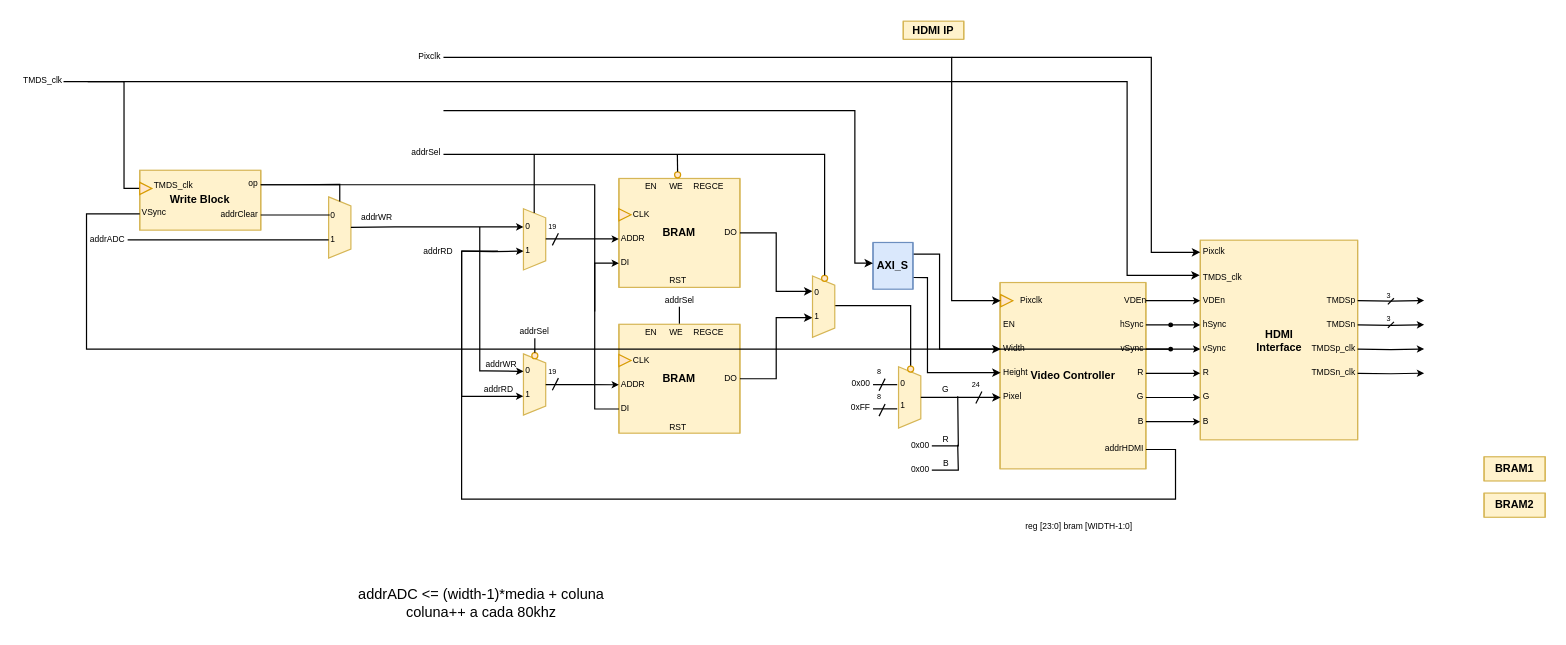
This is page "HDMI_IP_v2" (9 of 9) of design/BlockDiagram.drawio from ESRGgroup9/oscilloscope_fpga, a draw.io file, before an edit. Source tidied: cells renumbered, new cells numbered last; positions are measured from the earlier drawing's top-left corner, leaving out a move shared by most shapes. Both pictures are drawn from the tidied source at 121%, with x=0, y=0 at pixel (21, 21).
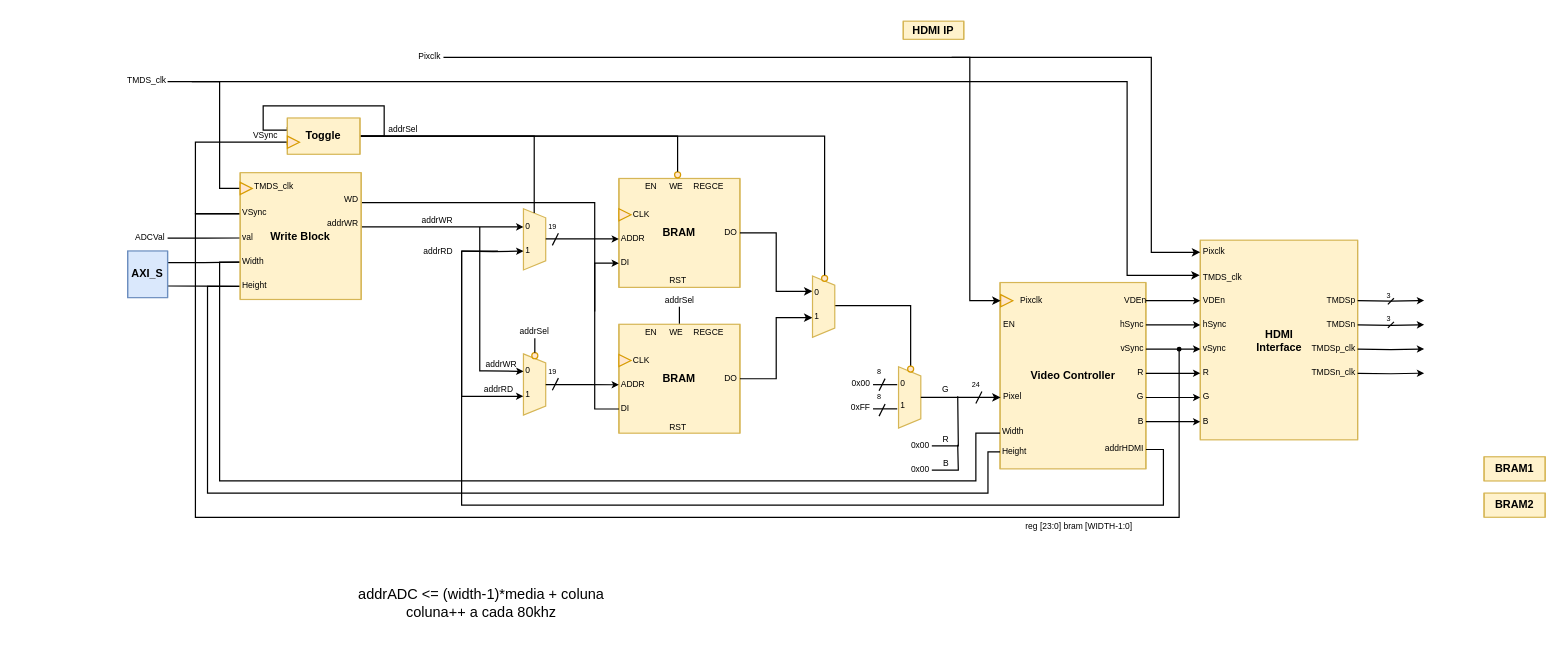
The same page after the edit.

The change refers to these unchanged cells:
```xml
<mxCell id="20" style="triangle;whiteSpace=wrap;html=1;fontSize=9;fillColor=#ffe6cc;strokeColor=#d79b00;" parent="1" vertex="1">
  <mxGeometry x="809.5" y="226" width="10" height="10" as="geometry" />
</mxCell>
<mxCell id="46" style="group;" parent="1" vertex="1">
  <mxGeometry x="494" y="124.5" width="100" height="100.5" as="geometry" />
</mxCell>
<mxCell id="57" style="ellipse;whiteSpace=wrap;html=1;fillColor=#ffe6cc;strokeColor=#d79b00;" parent="46" vertex="1">
  <mxGeometry x="46" width="5" height="5" as="geometry" />
</mxCell>
<mxCell id="64" value="DI" style="text;html=1;strokeColor=none;fillColor=none;align=left;verticalAlign=middle;whiteSpace=wrap;rounded=0;fontSize=7;" parent="59" vertex="1">
  <mxGeometry y="65.5" width="20" height="20" as="geometry" />
</mxCell>
<mxCell id="76" style="ellipse;whiteSpace=wrap;html=1;fillColor=#ffe6cc;strokeColor=#d79b00;" parent="72" vertex="1">
  <mxGeometry x="7.5" y="-0.6" width="5" height="5" as="geometry" />
</mxCell>
<mxCell id="84" value="0" style="text;html=1;strokeColor=none;fillColor=none;align=left;verticalAlign=middle;whiteSpace=wrap;rounded=0;fontSize=7;" parent="82" vertex="1">
  <mxGeometry y="5" width="10" height="20" as="geometry" />
</mxCell>
<mxCell id="109" value="Pixclk" style="text;html=1;strokeColor=none;fillColor=none;align=right;verticalAlign=middle;whiteSpace=wrap;rounded=0;fontSize=7;" parent="1" vertex="1">
  <mxGeometry x="314" y="20" width="35" height="20" as="geometry" />
</mxCell>
<mxCell id="122" value="addrHDMI" style="text;html=1;strokeColor=none;fillColor=none;align=right;verticalAlign=middle;whiteSpace=wrap;rounded=0;fontSize=7;" parent="1" vertex="1">
  <mxGeometry x="909.5" y="344" width="20" height="20" as="geometry" />
</mxCell>
```

What changed in the source:
```diff
@@
     <mxCell id="40" value="Width" style="text;html=1;strokeColor=none;fillColor=none;align=left;verticalAlign=middle;whiteSpace=wrap;rounded=0;fontSize=7;" parent="1" vertex="1">
-      <mxGeometry x="809.5" y="261" width="20" height="20" as="geometry" />
+      <mxGeometry x="809" y="330.4" width="20" height="20" as="geometry" />
     </mxCell>
     <mxCell id="41" value="Height" style="text;html=1;strokeColor=none;fillColor=none;align=left;verticalAlign=middle;whiteSpace=wrap;rounded=0;fontSize=7;" parent="1" vertex="1">
-      <mxGeometry x="809.5" y="280.5" width="20" height="20" as="geometry" />
+      <mxGeometry x="809" y="346" width="20" height="20" as="geometry" />
     </mxCell>
@@
-    <mxCell id="44" style="ellipse;whiteSpace=wrap;html=1;fillColor=#000000;" parent="1" vertex="1">
-      <mxGeometry x="948.5" y="249.6" width="3" height="2.9" as="geometry" />
-    </mxCell>
@@
-    <mxCell id="58" style="endArrow=none;html=1;rounded=0;exitX=0.5;exitY=0;exitDx=0;exitDy=0;" parent="46" edge="1" source="57">
-      <mxGeometry relative="1" as="geometry">
-        <mxPoint x="48.3" y="-14.5" as="targetPoint" />
-      </mxGeometry>
-    </mxCell>
@@
     <mxCell id="87" value="addrWR" style="text;html=1;strokeColor=none;fillColor=none;align=right;verticalAlign=middle;whiteSpace=wrap;rounded=0;fontSize=7;" parent="1" vertex="1">
-      <mxGeometry x="274.1" y="152.7" width="35" height="20" as="geometry" />
+      <mxGeometry x="324" y="155" width="35" height="20" as="geometry" />
     </mxCell>
@@
-    <mxCell id="94" style="endArrow=none;html=1;rounded=0;" parent="1" edge="1">
+    <mxCell id="94" style="endArrow=none;html=1;rounded=0;edgeStyle=orthogonalEdgeStyle;entryX=1;entryY=0.5;entryDx=0;entryDy=0;" parent="1" edge="1" target="158">
       <mxGeometry relative="1" as="geometry">
         <mxPoint x="424" y="158.5" as="sourcePoint" />
-        <mxPoint x="424" y="110" as="targetPoint" />
+        <Array as="points">
+          <mxPoint x="424" y="95" />
+        </Array>
       </mxGeometry>
     </mxCell>
@@
-    <mxCell id="96" style="endArrow=none;html=1;rounded=0;entryX=0.5;entryY=0;entryDx=0;entryDy=0;" parent="1" edge="1" target="76">
-      <mxGeometry relative="1" as="geometry">
-        <mxPoint x="349" y="110" as="sourcePoint" />
-        <Array as="points">
-          <mxPoint x="664" y="110" />
-        </Array>
-      </mxGeometry>
+    <mxCell id="96" style="endArrow=none;html=1;rounded=0;entryX=0.5;entryY=0;entryDx=0;entryDy=0;exitX=1;exitY=0.5;exitDx=0;exitDy=0;edgeStyle=orthogonalEdgeStyle;" parent="1" edge="1" source="158" target="76">
+      <mxGeometry relative="1" as="geometry" />
     </mxCell>
     <mxCell id="97" value="addrSel" style="text;html=1;strokeColor=none;fillColor=none;align=right;verticalAlign=middle;whiteSpace=wrap;rounded=0;fontSize=7;" parent="1" vertex="1">
-      <mxGeometry x="314" y="98.5" width="35" height="20" as="geometry" />
+      <mxGeometry x="295" y="80" width="35" height="20" as="geometry" />
     </mxCell>
@@
     <mxCell id="108" style="endArrow=classic;html=1;rounded=0;entryX=0;entryY=0.5;entryDx=0;entryDy=0;endFill=1;endSize=4;strokeColor=default;edgeStyle=orthogonalEdgeStyle;exitX=1;exitY=0.5;exitDx=0;exitDy=0;" parent="1" edge="1" source="109" target="20">
       <mxGeometry relative="1" as="geometry">
         <Array as="points">
-          <mxPoint x="769" y="30" />
-          <mxPoint x="769" y="231" />
+          <mxPoint x="784" y="30" />
+          <mxPoint x="784" y="231" />
         </Array>
       </mxGeometry>
     </mxCell>
@@
     <mxCell id="112" value="TMDS_clk" style="text;html=1;strokeColor=none;fillColor=none;align=left;verticalAlign=middle;whiteSpace=wrap;rounded=0;fontSize=7;" parent="1" vertex="1">
-      <mxGeometry y="40" width="35" height="20" as="geometry" />
+      <mxGeometry x="86" y="40" width="35" height="20" as="geometry" />
     </mxCell>
-    <mxCell id="113" style="edgeStyle=orthogonalEdgeStyle;rounded=0;jettySize=auto;html=1;exitX=1;exitY=0.25;exitDx=0;exitDy=0;entryX=0;entryY=0.5;entryDx=0;entryDy=0;endArrow=classic;endFill=1;endSize=4;strokeColor=default;" parent="1" edge="1" source="115" target="40">
-      <mxGeometry relative="1" as="geometry">
-        <Array as="points">
-          <mxPoint x="759" y="193" />
-          <mxPoint x="759" y="271" />
-        </Array>
-      </mxGeometry>
-    </mxCell>
-    <mxCell id="114" style="edgeStyle=orthogonalEdgeStyle;rounded=0;jettySize=auto;html=1;exitX=1;exitY=0.75;exitDx=0;exitDy=0;entryX=0;entryY=0.5;entryDx=0;entryDy=0;endArrow=classic;endFill=1;endSize=4;strokeColor=default;" parent="1" edge="1" source="115" target="41">
-      <mxGeometry relative="1" as="geometry">
-        <Array as="points">
-          <mxPoint x="749" y="212" />
-          <mxPoint x="749" y="291" />
-        </Array>
-      </mxGeometry>
-    </mxCell>
-    <mxCell id="115" value="&lt;div&gt;&lt;b&gt;AXI_S&lt;/b&gt;&lt;/div&gt;" style="shape=process;whiteSpace=wrap;html=1;backgroundOutline=1;fontSize=9;strokeColor=#6c8ebf;fillColor=#dae8fc;size=0;verticalAlign=middle;" parent="1" vertex="1">
-      <mxGeometry x="704" y="182.9" width="33" height="38.6" as="geometry" />
-    </mxCell>
-    <mxCell id="116" style="endArrow=classic;html=1;rounded=0;endFill=1;endSize=4;edgeStyle=orthogonalEdgeStyle;exitX=1;exitY=0.5;exitDx=0;exitDy=0;" parent="1" edge="1" target="115">
-      <mxGeometry relative="1" as="geometry">
-        <mxPoint x="349" y="74" as="sourcePoint" />
-        <Array as="points">
-          <mxPoint x="689" y="74" />
-          <mxPoint x="689" y="200" />
-        </Array>
-      </mxGeometry>
-    </mxCell>
@@
     <mxCell id="121" style="edgeStyle=orthogonalEdgeStyle;rounded=0;jettySize=auto;html=1;endArrow=none;endFill=0;" parent="1" edge="1" source="122">
       <mxGeometry relative="1" as="geometry">
         <mxPoint x="364" y="190" as="targetPoint" />
         <Array as="points">
-          <mxPoint x="954" y="354" />
-          <mxPoint x="954" y="395" />
-          <mxPoint x="364" y="395" />
-          <mxPoint x="364" y="190" />
+          <mxPoint x="944" y="354" />
+          <mxPoint x="944" y="400" />
+          <mxPoint x="364" y="400" />
         </Array>
       </mxGeometry>
     </mxCell>
@@
-    <mxCell id="124" style="group;" parent="1" vertex="1">
-      <mxGeometry x="254.1" y="146.2" width="20" height="50.6" as="geometry" />
-    </mxCell>
-    <mxCell id="125" style="shape=trapezoid;perimeter=trapezoidPerimeter;whiteSpace=wrap;html=1;fixedSize=1;verticalAlign=middle;fillColor=#fff2cc;strokeColor=#d6b656;gradientColor=none;fontSize=9;fontStyle=1;rotation=90;size=7.5;" parent="124" vertex="1">
-      <mxGeometry x="-16.1" y="15.1" width="50.6" height="18.4" as="geometry" />
-    </mxCell>
-    <mxCell id="126" value="0" style="text;html=1;strokeColor=none;fillColor=none;align=left;verticalAlign=middle;whiteSpace=wrap;rounded=0;fontSize=7;" parent="124" vertex="1">
-      <mxGeometry y="5" width="10" height="20" as="geometry" />
-    </mxCell>
-    <mxCell id="127" value="1" style="text;html=1;strokeColor=none;fillColor=none;align=left;verticalAlign=middle;whiteSpace=wrap;rounded=0;fontSize=7;" parent="124" vertex="1">
-      <mxGeometry y="25" width="10" height="20" as="geometry" />
-    </mxCell>
-    <mxCell id="128" value="Write Block" style="shape=process;whiteSpace=wrap;html=1;backgroundOutline=1;fontSize=9;strokeColor=#d6b656;fillColor=#fff2cc;size=0;fontStyle=1;verticalAlign=middle;" parent="1" vertex="1">
-      <mxGeometry x="98" y="123.2" width="100" height="49.5" as="geometry" />
-    </mxCell>
-    <mxCell id="129" style="edgeStyle=orthogonalEdgeStyle;rounded=0;jettySize=auto;html=1;entryX=0.091;entryY=0.45;entryDx=0;entryDy=0;entryPerimeter=0;endArrow=none;endFill=0;" parent="1" edge="1" source="130" target="126">
-      <mxGeometry relative="1" as="geometry" />
-    </mxCell>
-    <mxCell id="130" value="&lt;div&gt;addrClear&lt;/div&gt;" style="text;html=1;strokeColor=none;fillColor=none;align=right;verticalAlign=middle;whiteSpace=wrap;rounded=0;fontSize=7;" parent="1" vertex="1">
-      <mxGeometry x="178" y="150.2" width="20" height="20" as="geometry" />
-    </mxCell>
-    <mxCell id="131" value="VSync" style="text;html=1;strokeColor=none;fillColor=none;align=left;verticalAlign=middle;whiteSpace=wrap;rounded=0;fontSize=7;" parent="1" vertex="1">
-      <mxGeometry x="98" y="149.2" width="20" height="20" as="geometry" />
-    </mxCell>
-    <mxCell id="132" value="&lt;div&gt;TMDS_clk&lt;/div&gt;" style="text;html=1;strokeColor=none;fillColor=none;align=left;verticalAlign=middle;whiteSpace=wrap;rounded=0;fontSize=7;" parent="1" vertex="1">
-      <mxGeometry x="108" y="126.2" width="40" height="20" as="geometry" />
-    </mxCell>
     <mxCell id="133" style="edgeStyle=orthogonalEdgeStyle;rounded=0;jettySize=auto;html=1;exitX=0;exitY=0.5;exitDx=0;exitDy=0;endArrow=none;endFill=0;endSize=3;strokeWidth=1;" parent="1" edge="1" source="134">
       <mxGeometry relative="1" as="geometry">
-        <mxPoint x="55" y="50" as="targetPoint" />
+        <mxPoint x="141" y="50" as="targetPoint" />
         <Array as="points">
-          <mxPoint x="85" y="138" />
-          <mxPoint x="85" y="50" />
+          <mxPoint x="164" y="138" />
+          <mxPoint x="164" y="50" />
         </Array>
       </mxGeometry>
     </mxCell>
-    <mxCell id="134" style="triangle;whiteSpace=wrap;html=1;fontSize=9;fillColor=#ffe6cc;strokeColor=#d79b00;" parent="1" vertex="1">
-      <mxGeometry x="98" y="133.2" width="10" height="10" as="geometry" />
-    </mxCell>
-    <mxCell id="135" style="edgeStyle=orthogonalEdgeStyle;rounded=0;jettySize=auto;html=1;endArrow=none;endFill=0;entryX=0;entryY=0.5;entryDx=0;entryDy=0;" parent="1" edge="1" source="137" target="125">
-      <mxGeometry relative="1" as="geometry">
-        <Array as="points">
-          <mxPoint x="226" y="134.8" />
-          <mxPoint x="263" y="134.8" />
-        </Array>
-      </mxGeometry>
-    </mxCell>
     <mxCell id="136" style="edgeStyle=orthogonalEdgeStyle;rounded=0;jettySize=auto;html=1;entryX=0;entryY=0.5;entryDx=0;entryDy=0;endArrow=none;endFill=0;endSize=3;strokeWidth=1;" parent="1" edge="1" source="137" target="64">
       <mxGeometry relative="1" as="geometry">
         <Array as="points">
-          <mxPoint x="474" y="135" />
-          <mxPoint x="474" y="320" />
+          <mxPoint x="271" y="150" />
+          <mxPoint x="474" y="150" />
+          <mxPoint x="474" y="321" />
         </Array>
       </mxGeometry>
     </mxCell>
-    <mxCell id="137" value="op" style="text;html=1;strokeColor=none;fillColor=none;align=right;verticalAlign=middle;whiteSpace=wrap;rounded=0;fontSize=7;" parent="1" vertex="1">
-      <mxGeometry x="178" y="125.2" width="20" height="20" as="geometry" />
-    </mxCell>
-    <mxCell id="138" style="edgeStyle=orthogonalEdgeStyle;rounded=0;jettySize=auto;html=1;endArrow=none;endFill=0;entryX=1;entryY=0.5;entryDx=0;entryDy=0;" parent="1" edge="1" source="127" target="139">
-      <mxGeometry relative="1" as="geometry">
-        <Array as="points">
-          <mxPoint x="88" y="180" />
-        </Array>
-      </mxGeometry>
-    </mxCell>
-    <mxCell id="139" value="&lt;div&gt;addrADC&lt;/div&gt;" style="text;html=1;strokeColor=none;fillColor=none;align=right;verticalAlign=middle;whiteSpace=wrap;rounded=0;fontSize=7;" parent="1" vertex="1">
-      <mxGeometry x="53" y="170.7" width="35" height="20" as="geometry" />
-    </mxCell>
-    <mxCell id="140" style="edgeStyle=orthogonalEdgeStyle;rounded=0;jettySize=auto;html=1;endArrow=classic;endFill=1;entryX=0;entryY=0.5;entryDx=0;entryDy=0;strokeWidth=1;endSize=3;" parent="1" edge="1" source="125" target="84">
+    <mxCell id="140" style="edgeStyle=orthogonalEdgeStyle;rounded=0;jettySize=auto;html=1;endArrow=classic;endFill=1;entryX=0;entryY=0.5;entryDx=0;entryDy=0;strokeWidth=1;endSize=3;exitX=1;exitY=0.5;exitDx=0;exitDy=0;" parent="1" edge="1" source="130" target="84">
       <mxGeometry relative="1" as="geometry">
         <Array as="points">
-          <mxPoint x="309" y="171" />
+          <mxPoint x="281" y="170" />
         </Array>
       </mxGeometry>
     </mxCell>
@@
     <mxCell id="154" style="edgeStyle=orthogonalEdgeStyle;rounded=0;jettySize=auto;html=1;endArrow=none;endFill=0;endSize=3;strokeWidth=1;entryX=0;entryY=0.5;entryDx=0;entryDy=0;" parent="1" edge="1" source="155" target="131">
       <mxGeometry relative="1" as="geometry">
         <Array as="points">
-          <mxPoint x="54" y="271" />
-          <mxPoint x="54" y="159" />
+          <mxPoint x="957" y="410" />
+          <mxPoint x="144" y="410" />
+          <mxPoint x="144" y="159" />
         </Array>
       </mxGeometry>
     </mxCell>
     <mxCell id="155" style="ellipse;whiteSpace=wrap;html=1;fillColor=#000000;" parent="1" vertex="1">
-      <mxGeometry x="948.5" y="269.6" width="3" height="2.9" as="geometry" />
+      <mxGeometry x="955.5" y="269.6" width="3" height="2.9" as="geometry" />
     </mxCell>
+    <mxCell id="156" style="edgeStyle=orthogonalEdgeStyle;rounded=0;jettySize=auto;html=1;exitX=0;exitY=0.75;exitDx=0;exitDy=0;endArrow=none;endFill=0;endSize=3;strokeWidth=1;" parent="1" edge="1" source="158" target="131">
+      <mxGeometry relative="1" as="geometry">
+        <Array as="points">
+          <mxPoint x="220" y="100" />
+          <mxPoint x="144" y="100" />
+          <mxPoint x="144" y="159" />
+        </Array>
+      </mxGeometry>
+    </mxCell>
+    <mxCell id="157" style="edgeStyle=orthogonalEdgeStyle;rounded=0;orthogonalLoop=1;jettySize=auto;html=1;entryX=0;entryY=0.25;entryDx=0;entryDy=0;endArrow=none;endFill=0;endSize=3;strokeWidth=1;exitX=1;exitY=0.5;exitDx=0;exitDy=0;" parent="1" edge="1" source="158" target="158">
+      <mxGeometry relative="1" as="geometry">
+        <Array as="points">
+          <mxPoint x="300" y="95" />
+          <mxPoint x="300" y="70" />
+          <mxPoint x="200" y="70" />
+          <mxPoint x="200" y="90" />
+          <mxPoint x="220" y="90" />
+        </Array>
+      </mxGeometry>
+    </mxCell>
+    <mxCell id="58" style="endArrow=none;html=1;rounded=0;exitX=0.5;exitY=0;exitDx=0;exitDy=0;edgeStyle=orthogonalEdgeStyle;entryX=1;entryY=0.5;entryDx=0;entryDy=0;" parent="1" edge="1" source="57" target="158">
+      <mxGeometry relative="1" as="geometry" />
+    </mxCell>
+    <mxCell id="158" value="&lt;div&gt;Toggle&lt;/div&gt;" style="shape=process;whiteSpace=wrap;html=1;backgroundOutline=1;fontSize=9;strokeColor=#d6b656;fillColor=#fff2cc;size=0;fontStyle=1;verticalAlign=middle;" parent="1" vertex="1">
+      <mxGeometry x="220" y="80" width="60" height="30" as="geometry" />
+    </mxCell>
+    <mxCell id="159" style="triangle;whiteSpace=wrap;html=1;fontSize=9;fillColor=#ffe6cc;strokeColor=#d79b00;" parent="1" vertex="1">
+      <mxGeometry x="220" y="95" width="10" height="10" as="geometry" />
+    </mxCell>
+    <mxCell id="160" value="VSync" style="text;html=1;strokeColor=none;fillColor=none;align=left;verticalAlign=middle;whiteSpace=wrap;rounded=0;fontSize=7;" parent="1" vertex="1">
+      <mxGeometry x="190" y="85" width="25" height="20" as="geometry" />
+    </mxCell>
+    <mxCell id="161" style="edgeStyle=orthogonalEdgeStyle;rounded=0;jettySize=auto;html=1;exitX=0;exitY=0.5;exitDx=0;exitDy=0;endArrow=none;endFill=0;endSize=3;strokeWidth=1;entryX=0;entryY=0.5;entryDx=0;entryDy=0;" parent="1" edge="1" source="168" target="40">
+      <mxGeometry relative="1" as="geometry">
+        <Array as="points">
+          <mxPoint x="164" y="199" />
+          <mxPoint x="164" y="380" />
+          <mxPoint x="789" y="380" />
+          <mxPoint x="789" y="340" />
+        </Array>
+      </mxGeometry>
+    </mxCell>
+    <mxCell id="162" style="edgeStyle=orthogonalEdgeStyle;rounded=0;jettySize=auto;html=1;exitX=0;exitY=0.5;exitDx=0;exitDy=0;entryX=0;entryY=0.5;entryDx=0;entryDy=0;endArrow=none;endFill=0;endSize=3;strokeWidth=1;" parent="1" edge="1" source="169" target="41">
+      <mxGeometry relative="1" as="geometry">
+        <Array as="points">
+          <mxPoint x="154" y="219" />
+          <mxPoint x="154" y="390" />
+          <mxPoint x="799" y="390" />
+          <mxPoint x="799" y="356" />
+        </Array>
+      </mxGeometry>
+    </mxCell>
+    <mxCell id="163" style="edgeStyle=orthogonalEdgeStyle;rounded=0;jettySize=auto;html=1;exitX=1;exitY=0.25;exitDx=0;exitDy=0;entryX=0;entryY=0.5;entryDx=0;entryDy=0;endArrow=none;endFill=0;endSize=3;strokeWidth=1;" parent="1" edge="1" source="115" target="168">
+      <mxGeometry relative="1" as="geometry" />
+    </mxCell>
+    <mxCell id="164" style="edgeStyle=orthogonalEdgeStyle;rounded=0;jettySize=auto;html=1;exitX=1;exitY=0.75;exitDx=0;exitDy=0;entryX=0;entryY=0.5;entryDx=0;entryDy=0;endArrow=none;endFill=0;endSize=3;strokeWidth=1;" parent="1" edge="1" source="115" target="169">
+      <mxGeometry relative="1" as="geometry" />
+    </mxCell>
+    <mxCell id="115" value="&lt;div&gt;&lt;b&gt;AXI_S&lt;/b&gt;&lt;/div&gt;" style="shape=process;whiteSpace=wrap;html=1;backgroundOutline=1;fontSize=9;strokeColor=#6c8ebf;fillColor=#dae8fc;size=0;verticalAlign=middle;" parent="1" vertex="1">
+      <mxGeometry x="88" y="189.9" width="33" height="38.6" as="geometry" />
+    </mxCell>
+    <mxCell id="165" style="edgeStyle=orthogonalEdgeStyle;rounded=0;jettySize=auto;html=1;entryX=0;entryY=0.5;entryDx=0;entryDy=0;endArrow=none;endFill=0;endSize=3;strokeWidth=1;" parent="1" edge="1" source="166" target="170">
+      <mxGeometry relative="1" as="geometry" />
+    </mxCell>
+    <mxCell id="166" value="ADCVal" style="text;html=1;strokeColor=none;fillColor=none;align=right;verticalAlign=middle;whiteSpace=wrap;rounded=0;fontSize=7;" parent="1" vertex="1">
+      <mxGeometry x="86" y="169.3" width="35" height="20" as="geometry" />
+    </mxCell>
+    <mxCell id="167" style="group;" parent="1" vertex="1">
+      <mxGeometry x="181" y="125.2" width="100" height="104.8" as="geometry" />
+    </mxCell>
+    <mxCell id="128" value="Write Block" style="shape=process;whiteSpace=wrap;html=1;backgroundOutline=1;fontSize=9;strokeColor=#d6b656;fillColor=#fff2cc;size=0;fontStyle=1;verticalAlign=middle;" parent="167" vertex="1">
+      <mxGeometry width="100" height="104.8" as="geometry" />
+    </mxCell>
+    <mxCell id="130" value="&lt;div&gt;addrWR&lt;/div&gt;" style="text;html=1;strokeColor=none;fillColor=none;align=right;verticalAlign=middle;whiteSpace=wrap;rounded=0;fontSize=7;" parent="167" vertex="1">
+      <mxGeometry x="61" y="33" width="39" height="20" as="geometry" />
+    </mxCell>
+    <mxCell id="131" value="VSync" style="text;html=1;strokeColor=none;fillColor=none;align=left;verticalAlign=middle;whiteSpace=wrap;rounded=0;fontSize=7;" parent="167" vertex="1">
+      <mxGeometry y="24" width="20" height="20" as="geometry" />
+    </mxCell>
+    <mxCell id="132" value="&lt;div&gt;TMDS_clk&lt;/div&gt;" style="text;html=1;strokeColor=none;fillColor=none;align=left;verticalAlign=middle;whiteSpace=wrap;rounded=0;fontSize=7;" parent="167" vertex="1">
+      <mxGeometry x="10" y="2" width="40" height="20" as="geometry" />
+    </mxCell>
+    <mxCell id="134" style="triangle;whiteSpace=wrap;html=1;fontSize=9;fillColor=#ffe6cc;strokeColor=#d79b00;" parent="167" vertex="1">
+      <mxGeometry y="8" width="10" height="10" as="geometry" />
+    </mxCell>
+    <mxCell id="137" value="WD" style="text;html=1;strokeColor=none;fillColor=none;align=right;verticalAlign=middle;whiteSpace=wrap;rounded=0;fontSize=7;" parent="167" vertex="1">
+      <mxGeometry x="80" y="14.8" width="20" height="15" as="geometry" />
+    </mxCell>
+    <mxCell id="168" value="Width" style="text;html=1;strokeColor=none;fillColor=none;align=left;verticalAlign=middle;whiteSpace=wrap;rounded=0;fontSize=7;" parent="167" vertex="1">
+      <mxGeometry y="64" width="20" height="20" as="geometry" />
+    </mxCell>
+    <mxCell id="169" value="Height" style="text;html=1;strokeColor=none;fillColor=none;align=left;verticalAlign=middle;whiteSpace=wrap;rounded=0;fontSize=7;" parent="167" vertex="1">
+      <mxGeometry y="84" width="20" height="20" as="geometry" />
+    </mxCell>
+    <mxCell id="170" value="val" style="text;html=1;strokeColor=none;fillColor=none;align=left;verticalAlign=middle;whiteSpace=wrap;rounded=0;fontSize=7;" parent="167" vertex="1">
+      <mxGeometry y="44" width="20" height="20" as="geometry" />
+    </mxCell>
```
